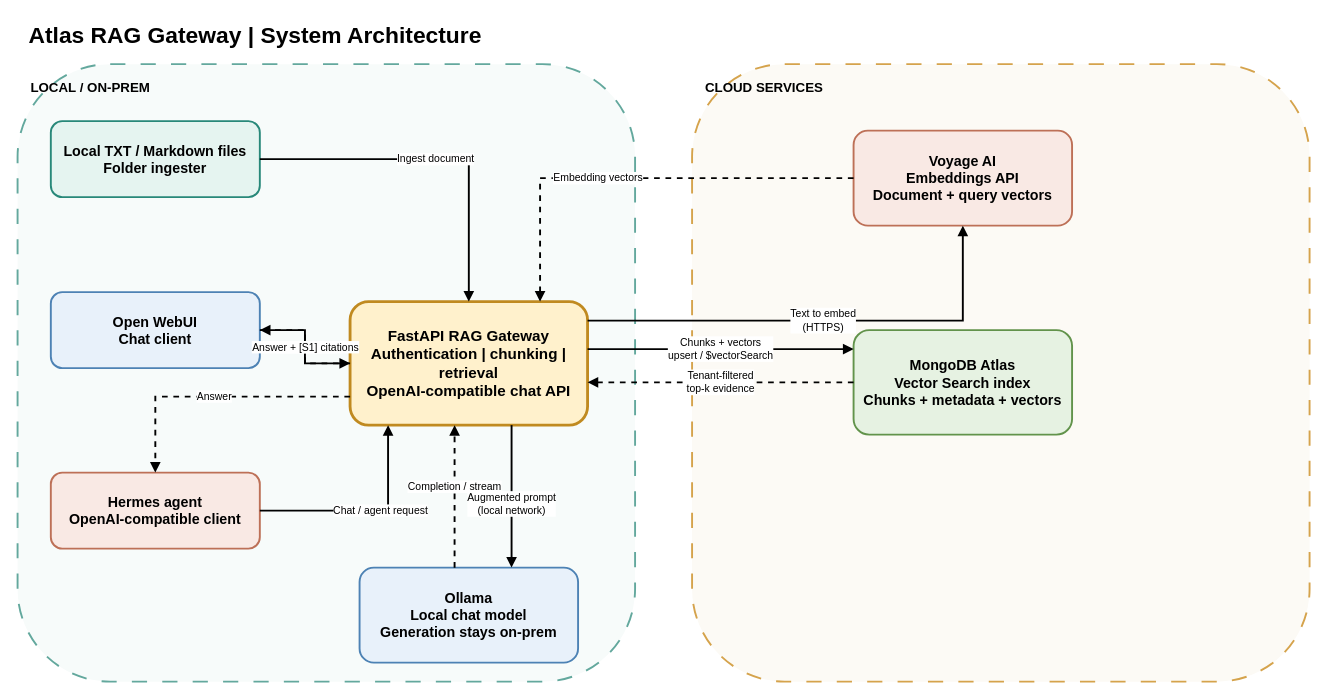
Before: docs/architecture.drawio in vthinsel/RAG_Gateway, a draw.io diagram. Source tidied: cells renumbered, new cells numbered last; positions are measured from the earlier drawing's top-left corner, leaving out a move shared by most shapes. Both pictures are drawn from the tidied source at 95%, with x=0, y=0 at pixel (17, 16).
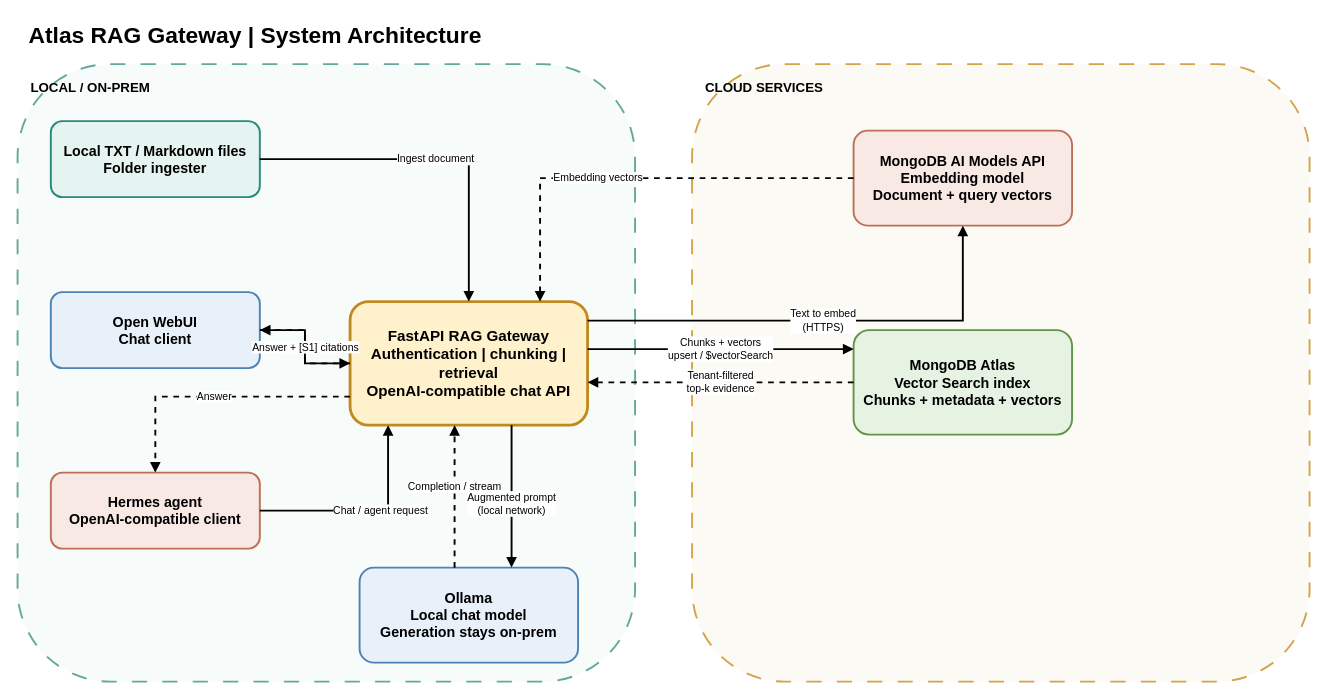
Above is the later version.

What changed in the source:
```diff
@@
-    <mxCell id="9" value="Voyage AI&#10;Embeddings API&#10;Document + query vectors" style="rounded=1;whiteSpace=wrap;html=1;fillColor=#f9e9e4;strokeColor=#bd7057;strokeWidth=2;fontSize=15;fontStyle=1;" parent="1" vertex="1">
+    <mxCell id="9" value="MongoDB AI Models API&#10;Embedding model&#10;Document + query vectors" style="rounded=1;whiteSpace=wrap;html=1;fillColor=#f9e9e4;strokeColor=#bd7057;strokeWidth=2;fontSize=15;fontStyle=1;" parent="1" vertex="1">
       <mxGeometry x="880" y="120" width="230" height="100" as="geometry" />
     </mxCell>
```
